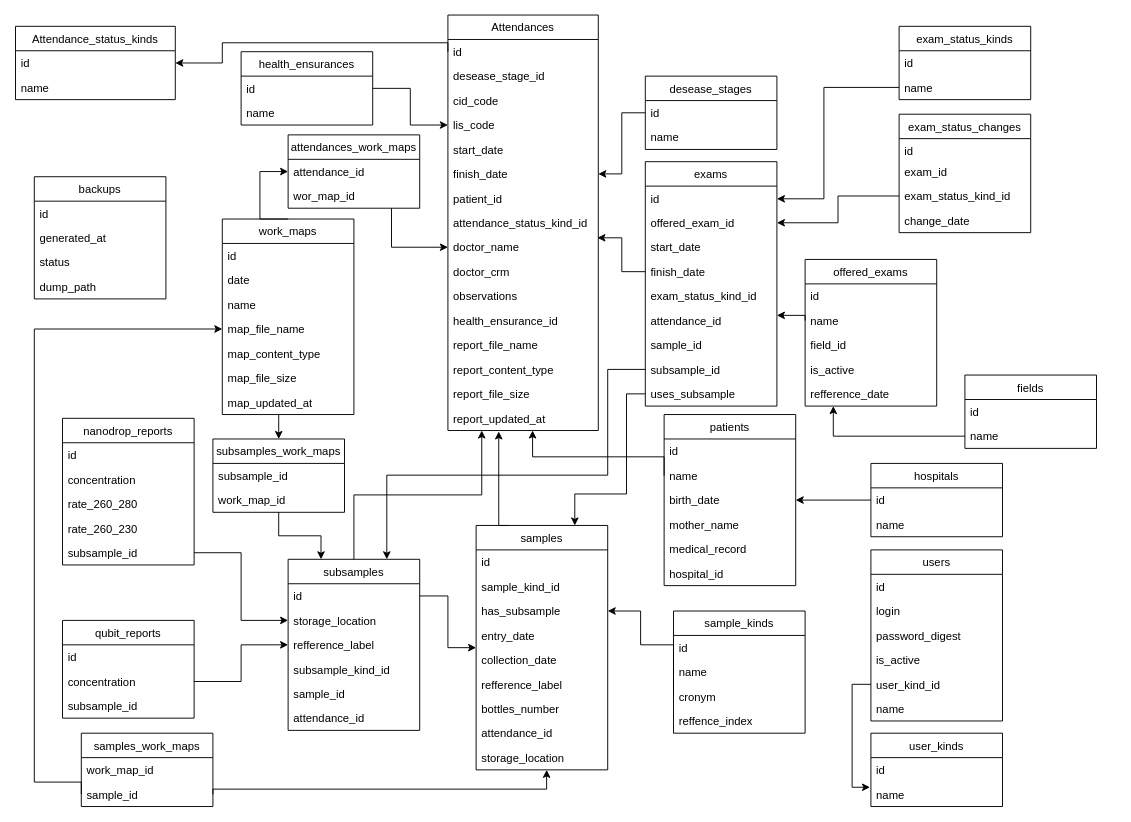
Earlier version of the draw.io diagram database.drawio (joaofelipe1294/genomico). Source tidied: cells renumbered, new cells numbered last; positions are measured from the earlier drawing's top-left corner, leaving out a move shared by most shapes. Both pictures are drawn from the tidied source at 94%, with x=0, y=0 at pixel (15, 14).
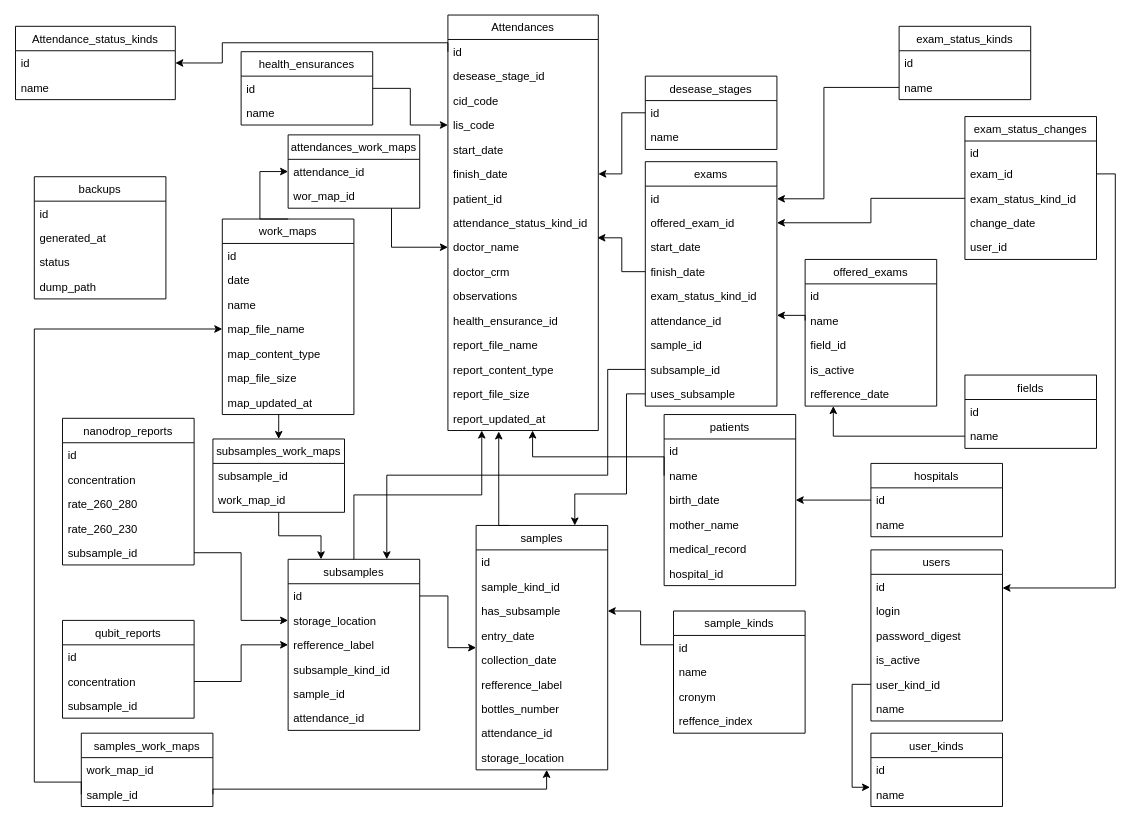
The same diagram, later.

Unchanged cells that the change refers to:
```xml
<mxCell id="35" value="exam_id" style="text;strokeColor=none;fillColor=none;align=left;verticalAlign=top;spacingLeft=4;spacingRight=4;overflow=hidden;points=[[0,0.5],[1,0.5]];portConstraint=eastwest;" parent="33" vertex="1">
  <mxGeometry y="48" width="140" height="26" as="geometry" />
</mxCell>
<mxCell id="125" value="users" style="swimlane;fontStyle=0;horizontal=1;startSize=26;fillColor=none;" parent="1" vertex="1">
  <mxGeometry x="910" y="569.5" width="140" height="182" as="geometry" />
</mxCell>
```

The edit, as a diff of the source:
```diff
@@
     <mxCell id="33" value="exam_status_changes" style="swimlane;fontStyle=0;horizontal=1;startSize=26;fillColor=none;" parent="1" vertex="1">
-      <mxGeometry x="940" y="106" width="140" height="126" as="geometry" />
+      <mxGeometry x="1010" y="108.5" width="140" height="152" as="geometry" />
     </mxCell>
@@
+    <mxCell id="154" value="user_id" style="text;strokeColor=none;fillColor=none;align=left;verticalAlign=top;spacingLeft=4;spacingRight=4;overflow=hidden;" parent="33" vertex="1">
+      <mxGeometry y="126" width="140" height="26" as="geometry" />
+    </mxCell>
@@
+    <mxCell id="155" style="edgeStyle=orthogonalEdgeStyle;rounded=0;jettySize=auto;html=1;exitX=1;exitY=0.5;exitDx=0;exitDy=0;" parent="1" edge="1" source="35" target="125">
+      <mxGeometry relative="1" as="geometry">
+        <Array as="points">
+          <mxPoint x="1170" y="170" />
+          <mxPoint x="1170" y="610" />
+        </Array>
+      </mxGeometry>
+    </mxCell>
```
